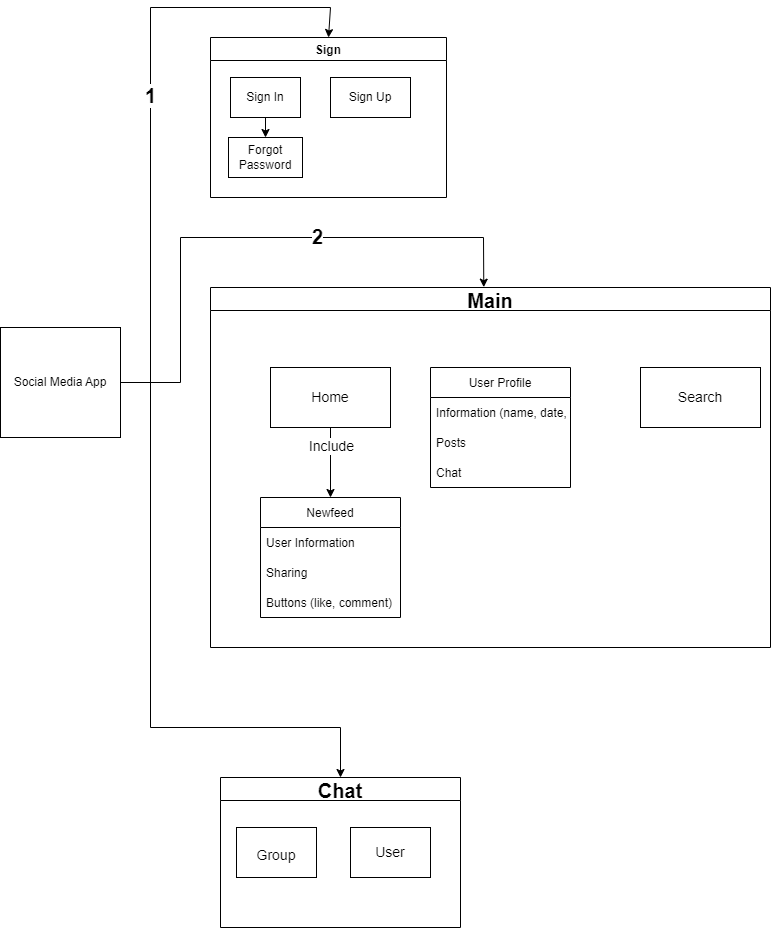
The draw.io diagram ComponentDiagram.drawio.png in lil-dua/social-media-app, before a commit. Source tidied: cells renumbered, new cells last; positions are measured from the earlier drawing's top-left corner, leaving out a move shared by most shapes.
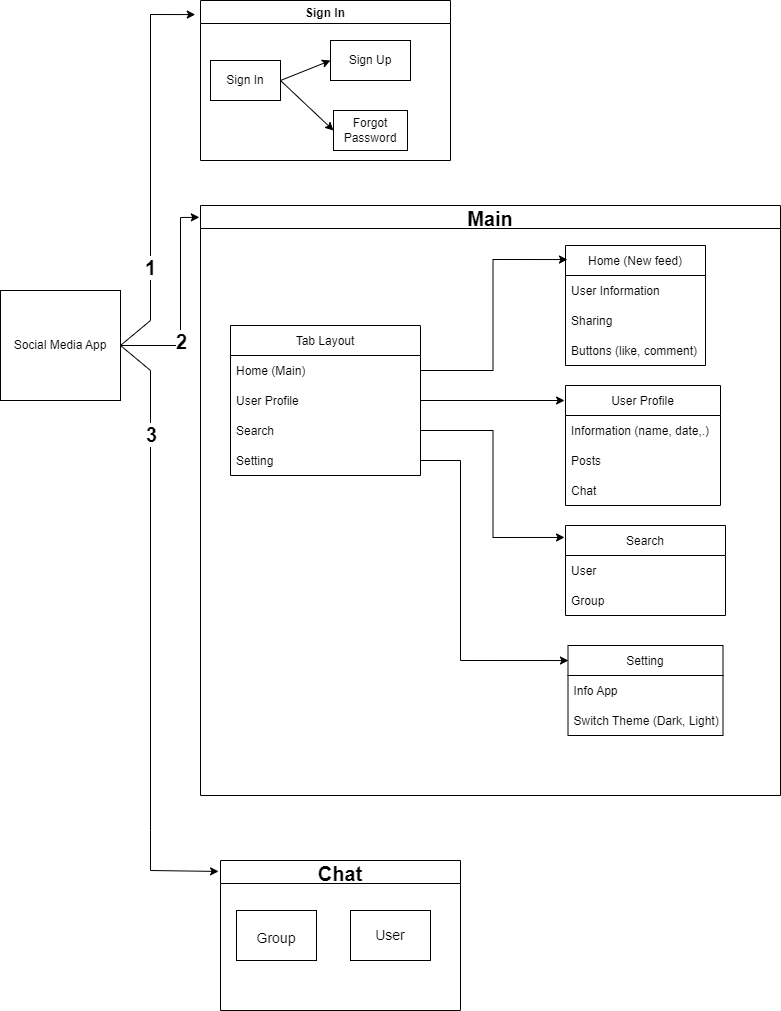
The same diagram one commit later.

The edit, as a diff of the source:
```diff
@@ -5,86 +5,126 @@
     <mxCell id="2" value="Social Media App" style="rounded=0;whiteSpace=wrap;html=1;" parent="1" vertex="1">
       <mxGeometry y="320" width="120" height="110" as="geometry" />
     </mxCell>
-    <mxCell id="3" value="Sign" style="swimlane;" parent="1" vertex="1">
-      <mxGeometry x="210" y="30" width="236" height="160" as="geometry" />
+    <mxCell id="3" value="Sign In" style="swimlane;" parent="1" vertex="1">
+      <mxGeometry x="200" y="30" width="250" height="160" as="geometry" />
     </mxCell>
     <mxCell id="4" value="Sign In" style="rounded=0;whiteSpace=wrap;html=1;" parent="3" vertex="1">
-      <mxGeometry x="20" y="40" width="70" height="40" as="geometry" />
+      <mxGeometry x="10" y="60" width="70" height="40" as="geometry" />
     </mxCell>
     <mxCell id="5" value="Sign Up" style="rounded=0;whiteSpace=wrap;html=1;" parent="3" vertex="1">
-      <mxGeometry x="120" y="40" width="80" height="40" as="geometry" />
+      <mxGeometry x="130" y="40" width="80" height="40" as="geometry" />
     </mxCell>
     <mxCell id="6" value="Forgot Password" style="rounded=0;whiteSpace=wrap;html=1;" parent="3" vertex="1">
-      <mxGeometry x="18" y="100" width="74" height="40" as="geometry" />
+      <mxGeometry x="133" y="110" width="74" height="40" as="geometry" />
     </mxCell>
-    <mxCell id="7" style="endArrow=classic;html=1;rounded=0;exitX=0.5;exitY=1;exitDx=0;exitDy=0;entryX=0.5;entryY=0;entryDx=0;entryDy=0;" parent="3" edge="1" source="4" target="6">
+    <mxCell id="7" style="endArrow=classic;html=1;rounded=0;fontSize=20;entryX=0;entryY=0.5;entryDx=0;entryDy=0;exitX=1;exitY=0.5;exitDx=0;exitDy=0;" parent="3" edge="1" source="4" target="6">
       <mxGeometry relative="1" as="geometry" />
     </mxCell>
-    <mxCell id="8" style="endArrow=classic;html=1;rounded=0;exitX=1;exitY=0.5;exitDx=0;exitDy=0;entryX=0.5;entryY=0;entryDx=0;entryDy=0;" parent="1" edge="1" source="2" target="3">
+    <mxCell id="8" style="endArrow=classic;html=1;rounded=0;exitX=1;exitY=0.5;exitDx=0;exitDy=0;entryX=-0.021;entryY=0.088;entryDx=0;entryDy=0;entryPerimeter=0;" parent="1" edge="1" source="2" target="3">
       <mxGeometry relative="1" as="geometry">
         <Array as="points">
-          <mxPoint x="150" y="375" />
-          <mxPoint x="150" />
-          <mxPoint x="330" />
+          <mxPoint x="150" y="350" />
+          <mxPoint x="150" y="44" />
         </Array>
       </mxGeometry>
     </mxCell>
     <mxCell id="9" value="1" style="edgeLabel;html=1;align=center;verticalAlign=middle;fontStyle=1;fontSize=20;" parent="8" vertex="1">
-      <mxGeometry x="0.03" y="1" relative="1" as="geometry" />
+      <mxGeometry x="0.03" y="1" relative="1" as="geometry">
+        <mxPoint y="108" as="offset" />
+      </mxGeometry>
     </mxCell>
     <mxCell id="10" value="Main" style="swimlane;fontSize=20;" parent="1" vertex="1">
-      <mxGeometry x="210" y="280" width="560" height="360" as="geometry" />
+      <mxGeometry x="200" y="235" width="580" height="590" as="geometry" />
     </mxCell>
-    <mxCell id="11" value="Home" style="rounded=0;whiteSpace=wrap;html=1;fontSize=14;" parent="10" vertex="1">
-      <mxGeometry x="60" y="80" width="120" height="60" as="geometry" />
-    </mxCell>
-    <mxCell id="12" value="Search" style="rounded=0;whiteSpace=wrap;html=1;fontSize=14;" parent="10" vertex="1">
-      <mxGeometry x="430" y="80" width="120" height="60" as="geometry" />
-    </mxCell>
-    <mxCell id="13" style="endArrow=classic;html=1;rounded=0;fontSize=14;exitX=0.5;exitY=1;exitDx=0;exitDy=0;entryX=0.5;entryY=0;entryDx=0;entryDy=0;" parent="10" edge="1" source="11" target="15">
-      <mxGeometry relative="1" as="geometry" />
-    </mxCell>
-    <mxCell id="14" value="Include" style="edgeLabel;html=1;align=center;verticalAlign=middle;fontSize=14;" parent="13" vertex="1">
-      <mxGeometry x="-0.46" relative="1" as="geometry" />
-    </mxCell>
-    <mxCell id="15" value="Newfeed" style="swimlane;fontStyle=0;horizontal=1;startSize=30;fontSize=12;" parent="10" vertex="1">
-      <mxGeometry x="50" y="210" width="140" height="120" as="geometry" />
-    </mxCell>
-    <mxCell id="16" value="User Information" style="text;strokeColor=none;fillColor=none;align=left;verticalAlign=middle;spacingLeft=4;spacingRight=4;overflow=hidden;fontSize=12;" parent="15" vertex="1">
-      <mxGeometry y="30" width="140" height="30" as="geometry" />
-    </mxCell>
-    <mxCell id="17" value="Sharing" style="text;strokeColor=none;fillColor=none;align=left;verticalAlign=middle;spacingLeft=4;spacingRight=4;overflow=hidden;fontSize=12;" parent="15" vertex="1">
-      <mxGeometry y="60" width="140" height="30" as="geometry" />
-    </mxCell>
-    <mxCell id="18" value="Buttons (like, comment)" style="text;strokeColor=none;fillColor=none;align=left;verticalAlign=middle;spacingLeft=4;spacingRight=4;overflow=hidden;fontSize=12;" parent="15" vertex="1">
-      <mxGeometry y="90" width="140" height="30" as="geometry" />
-    </mxCell>
     <mxCell id="19" value="User Profile" style="swimlane;fontStyle=0;horizontal=1;startSize=30;fontSize=12;" parent="10" vertex="1">
-      <mxGeometry x="220" y="80" width="140" height="120" as="geometry" />
+      <mxGeometry x="365" y="180" width="155" height="120" as="geometry" />
     </mxCell>
     <mxCell id="20" value="Information (name, date,.)" style="text;strokeColor=none;fillColor=none;align=left;verticalAlign=middle;spacingLeft=4;spacingRight=4;overflow=hidden;fontSize=12;" parent="19" vertex="1">
-      <mxGeometry y="30" width="140" height="30" as="geometry" />
+      <mxGeometry y="30" width="155" height="30" as="geometry" />
     </mxCell>
     <mxCell id="21" value="Posts" style="text;strokeColor=none;fillColor=none;align=left;verticalAlign=middle;spacingLeft=4;spacingRight=4;overflow=hidden;fontSize=12;" parent="19" vertex="1">
-      <mxGeometry y="60" width="140" height="30" as="geometry" />
+      <mxGeometry y="60" width="155" height="30" as="geometry" />
     </mxCell>
     <mxCell id="22" value="Chat " style="text;strokeColor=none;fillColor=none;align=left;verticalAlign=middle;spacingLeft=4;spacingRight=4;overflow=hidden;fontSize=12;" parent="19" vertex="1">
-      <mxGeometry y="90" width="140" height="30" as="geometry" />
+      <mxGeometry y="90" width="155" height="30" as="geometry" />
     </mxCell>
+    <mxCell id="29" value="Home (New feed)" style="swimlane;fontStyle=0;horizontal=1;startSize=30;fontSize=12;" parent="10" vertex="1">
+      <mxGeometry x="365" y="40" width="140" height="120" as="geometry" />
+    </mxCell>
+    <mxCell id="16" value="User Information" style="text;strokeColor=none;fillColor=none;align=left;verticalAlign=middle;spacingLeft=4;spacingRight=4;overflow=hidden;fontSize=12;" parent="29" vertex="1">
+      <mxGeometry y="30" width="140" height="30" as="geometry" />
+    </mxCell>
+    <mxCell id="17" value="Sharing" style="text;strokeColor=none;fillColor=none;align=left;verticalAlign=middle;spacingLeft=4;spacingRight=4;overflow=hidden;fontSize=12;" parent="29" vertex="1">
+      <mxGeometry y="60" width="140" height="30" as="geometry" />
+    </mxCell>
+    <mxCell id="18" value="Buttons (like, comment)" style="text;strokeColor=none;fillColor=none;align=left;verticalAlign=middle;spacingLeft=4;spacingRight=4;overflow=hidden;fontSize=12;" parent="29" vertex="1">
+      <mxGeometry y="90" width="140" height="30" as="geometry" />
+    </mxCell>
+    <mxCell id="30" value="Tab Layout" style="swimlane;fontStyle=0;horizontal=1;startSize=30;fontSize=12;" parent="10" vertex="1">
+      <mxGeometry x="30" y="120" width="190" height="150" as="geometry" />
+    </mxCell>
+    <mxCell id="31" value="Home (Main)" style="text;strokeColor=none;fillColor=none;align=left;verticalAlign=middle;spacingLeft=4;spacingRight=4;overflow=hidden;points=[[0,0.5],[1,0.5]];portConstraint=eastwest;fontSize=12;" parent="30" vertex="1">
+      <mxGeometry y="30" width="190" height="30" as="geometry" />
+    </mxCell>
+    <mxCell id="32" value="User Profile" style="text;strokeColor=none;fillColor=none;align=left;verticalAlign=middle;spacingLeft=4;spacingRight=4;overflow=hidden;points=[[0,0.5],[1,0.5]];portConstraint=eastwest;fontSize=12;" parent="30" vertex="1">
+      <mxGeometry y="60" width="190" height="30" as="geometry" />
+    </mxCell>
+    <mxCell id="33" value="Search" style="text;strokeColor=none;fillColor=none;align=left;verticalAlign=middle;spacingLeft=4;spacingRight=4;overflow=hidden;points=[[0,0.5],[1,0.5]];portConstraint=eastwest;fontSize=12;" parent="30" vertex="1">
+      <mxGeometry y="90" width="190" height="30" as="geometry" />
+    </mxCell>
+    <mxCell id="34" value="Setting" style="text;strokeColor=none;fillColor=none;align=left;verticalAlign=middle;spacingLeft=4;spacingRight=4;overflow=hidden;points=[[0,0.5],[1,0.5]];portConstraint=eastwest;fontSize=12;" parent="30" vertex="1">
+      <mxGeometry y="120" width="190" height="30" as="geometry" />
+    </mxCell>
+    <mxCell id="35" value="Search" style="swimlane;fontStyle=0;horizontal=1;startSize=30;fontSize=12;" parent="10" vertex="1">
+      <mxGeometry x="365" y="320" width="160" height="90" as="geometry" />
+    </mxCell>
+    <mxCell id="36" value="User" style="text;strokeColor=none;fillColor=none;align=left;verticalAlign=middle;spacingLeft=4;spacingRight=4;overflow=hidden;fontSize=12;" parent="35" vertex="1">
+      <mxGeometry y="30" width="160" height="30" as="geometry" />
+    </mxCell>
+    <mxCell id="37" value="Group" style="text;strokeColor=none;fillColor=none;align=left;verticalAlign=middle;spacingLeft=4;spacingRight=4;overflow=hidden;fontSize=12;" parent="35" vertex="1">
+      <mxGeometry y="60" width="160" height="30" as="geometry" />
+    </mxCell>
+    <mxCell id="38" value="Setting" style="swimlane;fontStyle=0;horizontal=1;startSize=30;fontSize=12;" parent="10" vertex="1">
+      <mxGeometry x="367.5" y="440" width="155" height="90" as="geometry" />
+    </mxCell>
+    <mxCell id="39" value="Info App" style="text;strokeColor=none;fillColor=none;align=left;verticalAlign=middle;spacingLeft=4;spacingRight=4;overflow=hidden;fontSize=12;" parent="38" vertex="1">
+      <mxGeometry y="30" width="155" height="30" as="geometry" />
+    </mxCell>
+    <mxCell id="40" value="Switch Theme (Dark, Light)" style="text;strokeColor=none;fillColor=none;align=left;verticalAlign=middle;spacingLeft=4;spacingRight=4;overflow=hidden;fontSize=12;" parent="38" vertex="1">
+      <mxGeometry y="60" width="155" height="30" as="geometry" />
+    </mxCell>
+    <mxCell id="41" style="edgeStyle=orthogonalEdgeStyle;rounded=0;jettySize=auto;html=1;exitX=1;exitY=0.5;exitDx=0;exitDy=0;entryX=0.014;entryY=0.117;entryDx=0;entryDy=0;entryPerimeter=0;" parent="10" edge="1" source="31" target="29">
+      <mxGeometry relative="1" as="geometry" />
+    </mxCell>
+    <mxCell id="42" style="edgeStyle=orthogonalEdgeStyle;rounded=0;jettySize=auto;html=1;exitX=1;exitY=0.5;exitDx=0;exitDy=0;entryX=-0.006;entryY=0.125;entryDx=0;entryDy=0;entryPerimeter=0;" parent="10" edge="1" source="32" target="19">
+      <mxGeometry relative="1" as="geometry" />
+    </mxCell>
+    <mxCell id="43" style="edgeStyle=orthogonalEdgeStyle;rounded=0;jettySize=auto;html=1;exitX=1;exitY=0.5;exitDx=0;exitDy=0;entryX=-0.006;entryY=0.133;entryDx=0;entryDy=0;entryPerimeter=0;" parent="10" edge="1" source="33" target="35">
+      <mxGeometry relative="1" as="geometry" />
+    </mxCell>
+    <mxCell id="44" style="edgeStyle=orthogonalEdgeStyle;rounded=0;jettySize=auto;html=1;exitX=1;exitY=0.5;exitDx=0;exitDy=0;entryX=0.003;entryY=0.167;entryDx=0;entryDy=0;entryPerimeter=0;" parent="10" edge="1" source="34" target="38">
+      <mxGeometry relative="1" as="geometry">
+        <Array as="points">
+          <mxPoint x="260" y="255" />
+          <mxPoint x="260" y="455" />
+        </Array>
+      </mxGeometry>
+    </mxCell>
-    <mxCell id="23" style="endArrow=classic;html=1;rounded=0;fontSize=20;exitX=1;exitY=0.5;exitDx=0;exitDy=0;entryX=0.488;entryY=-0.001;entryDx=0;entryDy=0;entryPerimeter=0;" parent="1" edge="1" source="2" target="10">
+    <mxCell id="23" style="endArrow=classic;html=1;rounded=0;fontSize=20;exitX=1;exitY=0.5;exitDx=0;exitDy=0;entryX=-0.002;entryY=0.02;entryDx=0;entryDy=0;entryPerimeter=0;" parent="1" edge="1" source="2" target="10">
       <mxGeometry relative="1" as="geometry">
         <Array as="points">
           <mxPoint x="180" y="375" />
-          <mxPoint x="180" y="230" />
-          <mxPoint x="483" y="230" />
+          <mxPoint x="180" y="247" />
         </Array>
       </mxGeometry>
     </mxCell>
     <mxCell id="24" value="&lt;b&gt;2&lt;br&gt;&lt;/b&gt;" style="edgeLabel;html=1;align=center;verticalAlign=middle;fontSize=20;" parent="23" vertex="1">
-      <mxGeometry x="0.22" y="2" relative="1" as="geometry" />
+      <mxGeometry x="0.22" y="2" relative="1" as="geometry">
+        <mxPoint x="2" y="62" as="offset" />
+      </mxGeometry>
     </mxCell>
     <mxCell id="25" value="Chat" style="swimlane;fontSize=20;" parent="1" vertex="1">
-      <mxGeometry x="220" y="770" width="240" height="150" as="geometry" />
+      <mxGeometry x="220" y="890" width="240" height="150" as="geometry" />
     </mxCell>
     <mxCell id="26" value="&lt;font style=&quot;font-size: 14px;&quot;&gt;Group&lt;/font&gt;" style="rounded=0;whiteSpace=wrap;html=1;fontSize=20;" parent="25" vertex="1">
       <mxGeometry x="16" y="50" width="80" height="50" as="geometry" />
@@ -92,14 +132,22 @@
     <mxCell id="27" value="&lt;font style=&quot;font-size: 14px;&quot;&gt;User&lt;/font&gt;" style="rounded=0;whiteSpace=wrap;html=1;" parent="25" vertex="1">
       <mxGeometry x="130" y="50" width="80" height="50" as="geometry" />
     </mxCell>
-    <mxCell id="28" style="endArrow=classic;html=1;rounded=0;fontSize=20;exitX=1;exitY=0.5;exitDx=0;exitDy=0;entryX=0.5;entryY=0;entryDx=0;entryDy=0;" parent="1" edge="1" source="2" target="25">
+    <mxCell id="28" style="endArrow=classic;html=1;rounded=0;fontSize=20;exitX=1;exitY=0.5;exitDx=0;exitDy=0;entryX=-0.008;entryY=0.073;entryDx=0;entryDy=0;entryPerimeter=0;" parent="1" edge="1" source="2" target="25">
       <mxGeometry relative="1" as="geometry">
         <Array as="points">
-          <mxPoint x="150" y="375" />
-          <mxPoint x="150" y="720" />
-          <mxPoint x="340" y="720" />
+          <mxPoint x="150" y="400" />
+          <mxPoint x="150" y="860" />
+          <mxPoint x="150" y="900" />
         </Array>
       </mxGeometry>
     </mxCell>
+    <mxCell id="45" value="&lt;b&gt;&lt;font style=&quot;font-size: 20px;&quot;&gt;3&lt;/font&gt;&lt;/b&gt;" style="edgeLabel;html=1;align=center;verticalAlign=middle;" parent="28" vertex="1">
+      <mxGeometry x="-0.66" relative="1" as="geometry" />
+    </mxCell>
+    <mxCell id="46" style="endArrow=classic;html=1;rounded=0;fontSize=20;entryX=0;entryY=0.5;entryDx=0;entryDy=0;" parent="1" edge="1" target="5">
+      <mxGeometry relative="1" as="geometry">
+        <mxPoint x="280" y="110" as="sourcePoint" />
+      </mxGeometry>
+    </mxCell>
   </root>
 </mxGraphModel>
```
